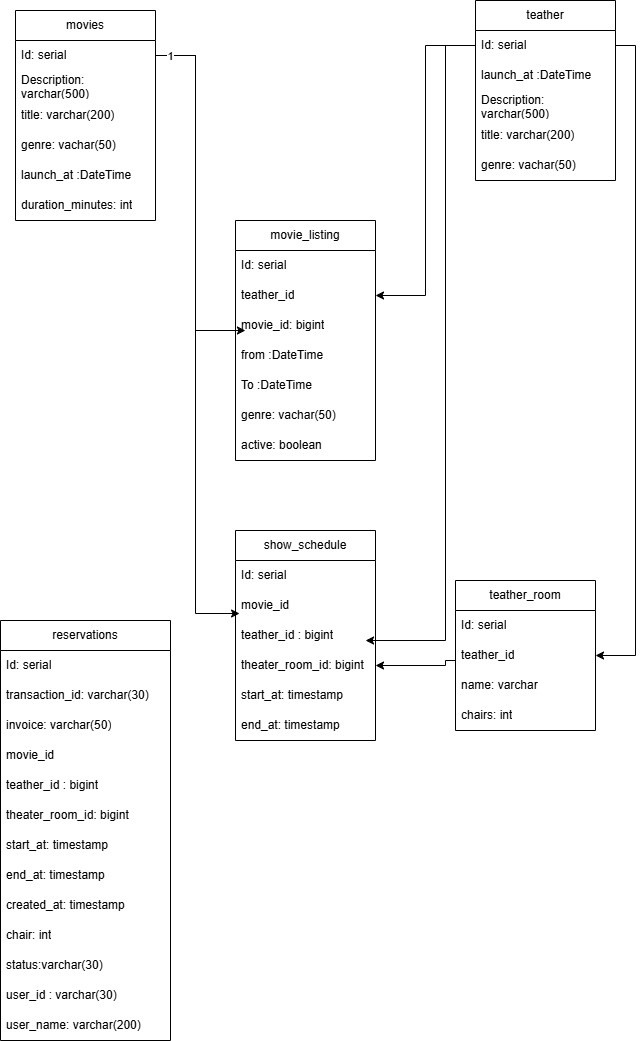
nestorrojas07/cinema keeps this draw.io diagram as assets/cinema-system-uml.png. Above is the earlier version. Source tidied: cells renumbered, new cells last; positions are measured from the earlier drawing's top-left corner, leaving out a move shared by most shapes.
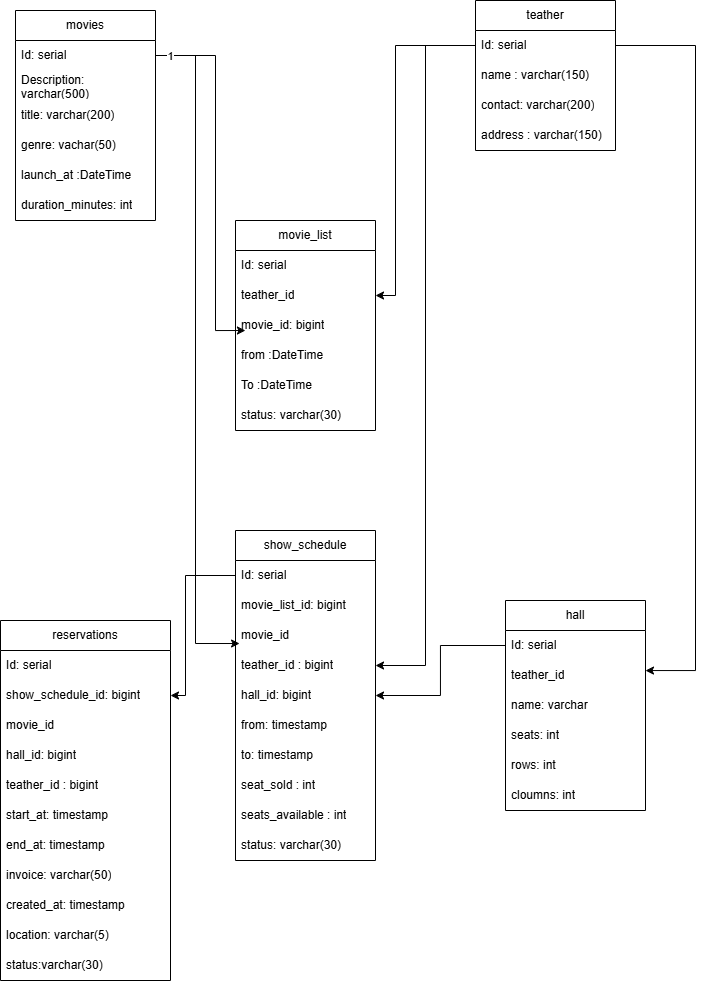
Later version of the same file.

What changed in the source:
```diff
@@ -24,25 +24,22 @@
       <mxGeometry y="180" width="140" height="30" as="geometry" />
     </mxCell>
     <mxCell id="9" value="teather" style="swimlane;fontStyle=0;horizontal=1;startSize=30;whiteSpace=wrap;html=1;" parent="1" vertex="1">
-      <mxGeometry x="475" width="140" height="180" as="geometry" />
+      <mxGeometry x="475" width="140" height="150" as="geometry" />
     </mxCell>
     <mxCell id="10" value="Id: serial" style="text;strokeColor=none;fillColor=none;align=left;verticalAlign=middle;spacingLeft=4;spacingRight=4;overflow=hidden;points=[[0,0.5],[1,0.5]];portConstraint=eastwest;whiteSpace=wrap;html=1;" parent="9" vertex="1">
       <mxGeometry y="30" width="140" height="30" as="geometry" />
     </mxCell>
-    <mxCell id="11" value="launch_at :DateTime" style="text;strokeColor=none;fillColor=none;align=left;verticalAlign=middle;spacingLeft=4;spacingRight=4;overflow=hidden;whiteSpace=wrap;html=1;" parent="9" vertex="1">
+    <mxCell id="11" value="name : varchar(150)" style="text;strokeColor=none;fillColor=none;align=left;verticalAlign=middle;spacingLeft=4;spacingRight=4;overflow=hidden;whiteSpace=wrap;html=1;" parent="9" vertex="1">
       <mxGeometry y="60" width="140" height="30" as="geometry" />
     </mxCell>
-    <mxCell id="12" value="Description: varchar(500)" style="text;strokeColor=none;fillColor=none;align=left;verticalAlign=middle;spacingLeft=4;spacingRight=4;overflow=hidden;whiteSpace=wrap;html=1;" parent="9" vertex="1">
+    <mxCell id="12" value="contact: varchar(200)" style="text;strokeColor=none;fillColor=none;align=left;verticalAlign=middle;spacingLeft=4;spacingRight=4;overflow=hidden;whiteSpace=wrap;html=1;" parent="9" vertex="1">
       <mxGeometry y="90" width="140" height="30" as="geometry" />
     </mxCell>
-    <mxCell id="13" value="title: varchar(200)" style="text;strokeColor=none;fillColor=none;align=left;verticalAlign=middle;spacingLeft=4;spacingRight=4;overflow=hidden;whiteSpace=wrap;html=1;" parent="9" vertex="1">
-      <mxGeometry y="120" width="140" height="30" as="geometry" />
-    </mxCell>
-    <mxCell id="14" value="genre: vachar(50)" style="text;strokeColor=none;fillColor=none;align=left;verticalAlign=middle;spacingLeft=4;spacingRight=4;overflow=hidden;whiteSpace=wrap;html=1;" parent="9" vertex="1">
-      <mxGeometry y="150" width="140" height="30" as="geometry" />
-    </mxCell>
+    <mxCell id="56" value="address : varchar(150)" style="text;strokeColor=none;fillColor=none;align=left;verticalAlign=middle;spacingLeft=4;spacingRight=4;overflow=hidden;whiteSpace=wrap;html=1;" parent="9" vertex="1">
+      <mxGeometry y="120" width="140" height="30" as="geometry" />
+    </mxCell>
-    <mxCell id="15" value="movie_listing" style="swimlane;fontStyle=0;horizontal=1;startSize=30;whiteSpace=wrap;html=1;" parent="1" vertex="1">
-      <mxGeometry x="235" y="220" width="140" height="240" as="geometry" />
+    <mxCell id="15" value="movie_list" style="swimlane;fontStyle=0;horizontal=1;startSize=30;whiteSpace=wrap;html=1;" parent="1" vertex="1">
+      <mxGeometry x="235" y="220" width="140" height="210" as="geometry" />
     </mxCell>
     <mxCell id="16" value="Id: serial" style="text;strokeColor=none;fillColor=none;align=left;verticalAlign=middle;spacingLeft=4;spacingRight=4;overflow=hidden;whiteSpace=wrap;html=1;" parent="15" vertex="1">
       <mxGeometry y="30" width="140" height="30" as="geometry" />
@@ -59,20 +56,27 @@
     <mxCell id="20" value="To :DateTime" style="text;strokeColor=none;fillColor=none;align=left;verticalAlign=middle;spacingLeft=4;spacingRight=4;overflow=hidden;whiteSpace=wrap;html=1;" parent="15" vertex="1">
       <mxGeometry y="150" width="140" height="30" as="geometry" />
     </mxCell>
-    <mxCell id="21" value="genre: vachar(50)" style="text;strokeColor=none;fillColor=none;align=left;verticalAlign=middle;spacingLeft=4;spacingRight=4;overflow=hidden;whiteSpace=wrap;html=1;" parent="15" vertex="1">
-      <mxGeometry y="180" width="140" height="30" as="geometry" />
-    </mxCell>
-    <mxCell id="22" value="active: boolean" style="text;strokeColor=none;fillColor=none;align=left;verticalAlign=middle;spacingLeft=4;spacingRight=4;overflow=hidden;whiteSpace=wrap;html=1;" parent="15" vertex="1">
-      <mxGeometry y="210" width="140" height="30" as="geometry" />
+    <mxCell id="22" value="status: varchar(30)" style="text;strokeColor=none;fillColor=none;align=left;verticalAlign=middle;spacingLeft=4;spacingRight=4;overflow=hidden;whiteSpace=wrap;html=1;" parent="15" vertex="1">
+      <mxGeometry y="180" width="140" height="30" as="geometry" />
     </mxCell>
     <mxCell id="23" style="edgeStyle=orthogonalEdgeStyle;rounded=0;jettySize=auto;html=1;" parent="1" edge="1" source="10" target="17">
-      <mxGeometry relative="1" as="geometry" />
+      <mxGeometry relative="1" as="geometry">
+        <Array as="points">
+          <mxPoint x="395" y="45" />
+          <mxPoint x="395" y="295" />
+        </Array>
+      </mxGeometry>
     </mxCell>
     <mxCell id="24" style="edgeStyle=orthogonalEdgeStyle;rounded=0;jettySize=auto;html=1;entryX=0.071;entryY=0.667;entryDx=0;entryDy=0;entryPerimeter=0;" parent="1" edge="1" source="3" target="18">
-      <mxGeometry relative="1" as="geometry" />
+      <mxGeometry relative="1" as="geometry">
+        <Array as="points">
+          <mxPoint x="215" y="55" />
+          <mxPoint x="215" y="330" />
+        </Array>
+      </mxGeometry>
     </mxCell>
-    <mxCell id="25" value="teather_room" style="swimlane;fontStyle=0;horizontal=1;startSize=30;whiteSpace=wrap;html=1;" parent="1" vertex="1">
-      <mxGeometry x="455" y="580" width="140" height="150" as="geometry" />
+    <mxCell id="25" value="hall" style="swimlane;fontStyle=0;horizontal=1;startSize=30;whiteSpace=wrap;html=1;" parent="1" vertex="1">
+      <mxGeometry x="505" y="600" width="140" height="210" as="geometry" />
     </mxCell>
     <mxCell id="26" value="Id: serial" style="text;strokeColor=none;fillColor=none;align=left;verticalAlign=middle;spacingLeft=4;spacingRight=4;overflow=hidden;points=[[0,0.5],[1,0.5]];portConstraint=eastwest;whiteSpace=wrap;html=1;" parent="25" vertex="1">
       <mxGeometry y="30" width="140" height="30" as="geometry" />
@@ -83,101 +87,111 @@
     <mxCell id="28" value="name: varchar" style="text;strokeColor=none;fillColor=none;align=left;verticalAlign=middle;spacingLeft=4;spacingRight=4;overflow=hidden;whiteSpace=wrap;html=1;" parent="25" vertex="1">
       <mxGeometry y="90" width="140" height="30" as="geometry" />
     </mxCell>
-    <mxCell id="29" value="chairs: int" style="text;strokeColor=none;fillColor=none;align=left;verticalAlign=middle;spacingLeft=4;spacingRight=4;overflow=hidden;whiteSpace=wrap;html=1;" parent="25" vertex="1">
+    <mxCell id="29" value="seats: int" style="text;strokeColor=none;fillColor=none;align=left;verticalAlign=middle;spacingLeft=4;spacingRight=4;overflow=hidden;whiteSpace=wrap;html=1;" parent="25" vertex="1">
       <mxGeometry y="120" width="140" height="30" as="geometry" />
     </mxCell>
+    <mxCell id="57" value="rows: int" style="text;strokeColor=none;fillColor=none;align=left;verticalAlign=middle;spacingLeft=4;spacingRight=4;overflow=hidden;whiteSpace=wrap;html=1;" parent="25" vertex="1">
+      <mxGeometry y="150" width="140" height="30" as="geometry" />
+    </mxCell>
+    <mxCell id="58" value="cloumns: int" style="text;strokeColor=none;fillColor=none;align=left;verticalAlign=middle;spacingLeft=4;spacingRight=4;overflow=hidden;whiteSpace=wrap;html=1;" parent="25" vertex="1">
+      <mxGeometry y="180" width="140" height="30" as="geometry" />
+    </mxCell>
     <mxCell id="30" value="show_schedule" style="swimlane;fontStyle=0;horizontal=1;startSize=30;whiteSpace=wrap;html=1;" parent="1" vertex="1">
-      <mxGeometry x="235" y="530" width="140" height="210" as="geometry" />
+      <mxGeometry x="235" y="530" width="140" height="330" as="geometry" />
     </mxCell>
     <mxCell id="31" value="Id: serial" style="text;strokeColor=none;fillColor=none;align=left;verticalAlign=middle;spacingLeft=4;spacingRight=4;overflow=hidden;points=[[0,0.5],[1,0.5]];portConstraint=eastwest;whiteSpace=wrap;html=1;" parent="30" vertex="1">
       <mxGeometry y="30" width="140" height="30" as="geometry" />
     </mxCell>
+    <mxCell id="59" value="movie_list_id: bigint" style="text;strokeColor=none;fillColor=none;align=left;verticalAlign=middle;spacingLeft=4;spacingRight=4;overflow=hidden;whiteSpace=wrap;html=1;" parent="30" vertex="1">
+      <mxGeometry y="60" width="140" height="30" as="geometry" />
+    </mxCell>
     <mxCell id="32" value="movie_id" style="text;strokeColor=none;fillColor=none;align=left;verticalAlign=middle;spacingLeft=4;spacingRight=4;overflow=hidden;points=[[0,0.5],[1,0.5]];portConstraint=eastwest;whiteSpace=wrap;html=1;" parent="30" vertex="1">
-      <mxGeometry y="60" width="140" height="30" as="geometry" />
+      <mxGeometry y="90" width="140" height="30" as="geometry" />
     </mxCell>
     <mxCell id="33" value="teather_id : bigint" style="text;strokeColor=none;fillColor=none;align=left;verticalAlign=middle;spacingLeft=4;spacingRight=4;overflow=hidden;points=[[0,0.5],[1,0.5]];portConstraint=eastwest;whiteSpace=wrap;html=1;" parent="30" vertex="1">
-      <mxGeometry y="90" width="140" height="30" as="geometry" />
+      <mxGeometry y="120" width="140" height="30" as="geometry" />
     </mxCell>
-    <mxCell id="34" value="theater_room_id: bigint" style="text;strokeColor=none;fillColor=none;align=left;verticalAlign=middle;spacingLeft=4;spacingRight=4;overflow=hidden;points=[[0,0.5],[1,0.5]];portConstraint=eastwest;whiteSpace=wrap;html=1;" parent="30" vertex="1">
-      <mxGeometry y="120" width="140" height="30" as="geometry" />
+    <mxCell id="34" value="hall_id: bigint" style="text;strokeColor=none;fillColor=none;align=left;verticalAlign=middle;spacingLeft=4;spacingRight=4;overflow=hidden;points=[[0,0.5],[1,0.5]];portConstraint=eastwest;whiteSpace=wrap;html=1;" parent="30" vertex="1">
+      <mxGeometry y="150" width="140" height="30" as="geometry" />
     </mxCell>
-    <mxCell id="35" value="start_at: timestamp" style="text;strokeColor=none;fillColor=none;align=left;verticalAlign=middle;spacingLeft=4;spacingRight=4;overflow=hidden;whiteSpace=wrap;html=1;" parent="30" vertex="1">
-      <mxGeometry y="150" width="140" height="30" as="geometry" />
+    <mxCell id="35" value="from: timestamp" style="text;strokeColor=none;fillColor=none;align=left;verticalAlign=middle;spacingLeft=4;spacingRight=4;overflow=hidden;whiteSpace=wrap;html=1;" parent="30" vertex="1">
+      <mxGeometry y="180" width="140" height="30" as="geometry" />
     </mxCell>
-    <mxCell id="36" value="end_at: timestamp" style="text;strokeColor=none;fillColor=none;align=left;verticalAlign=middle;spacingLeft=4;spacingRight=4;overflow=hidden;whiteSpace=wrap;html=1;" parent="30" vertex="1">
-      <mxGeometry y="180" width="140" height="30" as="geometry" />
+    <mxCell id="36" value="to: timestamp" style="text;strokeColor=none;fillColor=none;align=left;verticalAlign=middle;spacingLeft=4;spacingRight=4;overflow=hidden;whiteSpace=wrap;html=1;" parent="30" vertex="1">
+      <mxGeometry y="210" width="140" height="30" as="geometry" />
     </mxCell>
+    <mxCell id="60" value="seat_sold : int" style="text;strokeColor=none;fillColor=none;align=left;verticalAlign=middle;spacingLeft=4;spacingRight=4;overflow=hidden;whiteSpace=wrap;html=1;" parent="30" vertex="1">
+      <mxGeometry y="240" width="140" height="30" as="geometry" />
+    </mxCell>
+    <mxCell id="61" value="seats_available : int" style="text;strokeColor=none;fillColor=none;align=left;verticalAlign=middle;spacingLeft=4;spacingRight=4;overflow=hidden;whiteSpace=wrap;html=1;" parent="30" vertex="1">
+      <mxGeometry y="270" width="140" height="30" as="geometry" />
+    </mxCell>
+    <mxCell id="62" value="status: varchar(30)" style="text;strokeColor=none;fillColor=none;align=left;verticalAlign=middle;spacingLeft=4;spacingRight=4;overflow=hidden;whiteSpace=wrap;html=1;" parent="30" vertex="1">
+      <mxGeometry y="300" width="140" height="30" as="geometry" />
+    </mxCell>
     <mxCell id="37" style="edgeStyle=orthogonalEdgeStyle;rounded=0;jettySize=auto;html=1;entryX=0.029;entryY=0.767;entryDx=0;entryDy=0;entryPerimeter=0;" parent="1" edge="1" source="3" target="32">
       <mxGeometry relative="1" as="geometry" />
     </mxCell>
     <mxCell id="38" value="1" style="edgeLabel;html=1;align=center;verticalAlign=middle;" parent="37" vertex="1">
       <mxGeometry x="-0.96" relative="1" as="geometry" />
     </mxCell>
-    <mxCell id="39" style="edgeStyle=orthogonalEdgeStyle;rounded=0;jettySize=auto;html=1;entryX=0.929;entryY=0.667;entryDx=0;entryDy=0;entryPerimeter=0;" parent="1" edge="1" source="10" target="33">
-      <mxGeometry relative="1" as="geometry">
-        <Array as="points">
-          <mxPoint x="445" y="45" />
-          <mxPoint x="445" y="640" />
-        </Array>
-      </mxGeometry>
-    </mxCell>
-    <mxCell id="40" style="edgeStyle=orthogonalEdgeStyle;rounded=0;jettySize=auto;html=1;" parent="1" edge="1" source="27" target="34">
-      <mxGeometry relative="1" as="geometry">
-        <Array as="points">
-          <mxPoint x="445" y="660" />
-          <mxPoint x="445" y="665" />
-        </Array>
-      </mxGeometry>
-    </mxCell>
     <mxCell id="41" value="reservations" style="swimlane;fontStyle=0;horizontal=1;startSize=30;whiteSpace=wrap;html=1;" parent="1" vertex="1">
-      <mxGeometry y="620" width="170" height="420" as="geometry" />
+      <mxGeometry y="620" width="170" height="360" as="geometry" />
     </mxCell>
     <mxCell id="42" value="Id: serial" style="text;strokeColor=none;fillColor=none;align=left;verticalAlign=middle;spacingLeft=4;spacingRight=4;overflow=hidden;whiteSpace=wrap;html=1;" parent="41" vertex="1">
       <mxGeometry y="30" width="170" height="30" as="geometry" />
     </mxCell>
-    <mxCell id="43" value="transaction_id: varchar(30)" style="text;strokeColor=none;fillColor=none;align=left;verticalAlign=middle;spacingLeft=4;spacingRight=4;overflow=hidden;whiteSpace=wrap;html=1;" parent="41" vertex="1">
-      <mxGeometry y="60" width="170" height="30" as="geometry" />
-    </mxCell>
-    <mxCell id="44" value="invoice: varchar(50)" style="text;strokeColor=none;fillColor=none;align=left;verticalAlign=middle;spacingLeft=4;spacingRight=4;overflow=hidden;whiteSpace=wrap;html=1;" parent="41" vertex="1">
-      <mxGeometry y="90" width="170" height="30" as="geometry" />
-    </mxCell>
+    <mxCell id="63" value="show_schedule_id: bigint" style="text;strokeColor=none;fillColor=none;align=left;verticalAlign=middle;spacingLeft=4;spacingRight=4;overflow=hidden;points=[[0,0.5],[1,0.5]];portConstraint=eastwest;whiteSpace=wrap;html=1;" parent="41" vertex="1">
+      <mxGeometry y="60" width="170" height="30" as="geometry" />
+    </mxCell>
     <mxCell id="45" value="movie_id" style="text;strokeColor=none;fillColor=none;align=left;verticalAlign=middle;spacingLeft=4;spacingRight=4;overflow=hidden;whiteSpace=wrap;html=1;" parent="41" vertex="1">
-      <mxGeometry y="120" width="170" height="30" as="geometry" />
+      <mxGeometry y="90" width="170" height="30" as="geometry" />
     </mxCell>
+    <mxCell id="47" value="hall_id: bigint" style="text;strokeColor=none;fillColor=none;align=left;verticalAlign=middle;spacingLeft=4;spacingRight=4;overflow=hidden;whiteSpace=wrap;html=1;" parent="41" vertex="1">
+      <mxGeometry y="120" width="170" height="30" as="geometry" />
+    </mxCell>
     <mxCell id="46" value="teather_id : bigint" style="text;strokeColor=none;fillColor=none;align=left;verticalAlign=middle;spacingLeft=4;spacingRight=4;overflow=hidden;whiteSpace=wrap;html=1;" parent="41" vertex="1">
       <mxGeometry y="150" width="170" height="30" as="geometry" />
     </mxCell>
-    <mxCell id="47" value="theater_room_id: bigint" style="text;strokeColor=none;fillColor=none;align=left;verticalAlign=middle;spacingLeft=4;spacingRight=4;overflow=hidden;whiteSpace=wrap;html=1;" parent="41" vertex="1">
-      <mxGeometry y="180" width="170" height="30" as="geometry" />
-    </mxCell>
     <mxCell id="48" value="start_at: timestamp" style="text;strokeColor=none;fillColor=none;align=left;verticalAlign=middle;spacingLeft=4;spacingRight=4;overflow=hidden;whiteSpace=wrap;html=1;" parent="41" vertex="1">
-      <mxGeometry y="210" width="170" height="30" as="geometry" />
+      <mxGeometry y="180" width="170" height="30" as="geometry" />
     </mxCell>
     <mxCell id="49" value="end_at: timestamp" style="text;strokeColor=none;fillColor=none;align=left;verticalAlign=middle;spacingLeft=4;spacingRight=4;overflow=hidden;whiteSpace=wrap;html=1;" parent="41" vertex="1">
-      <mxGeometry y="240" width="170" height="30" as="geometry" />
+      <mxGeometry y="210" width="170" height="30" as="geometry" />
     </mxCell>
+    <mxCell id="44" value="invoice: varchar(50)" style="text;strokeColor=none;fillColor=none;align=left;verticalAlign=middle;spacingLeft=4;spacingRight=4;overflow=hidden;whiteSpace=wrap;html=1;" parent="41" vertex="1">
+      <mxGeometry y="240" width="170" height="30" as="geometry" />
+    </mxCell>
     <mxCell id="50" value="created_at: timestamp" style="text;strokeColor=none;fillColor=none;align=left;verticalAlign=middle;spacingLeft=4;spacingRight=4;overflow=hidden;whiteSpace=wrap;html=1;" parent="41" vertex="1">
       <mxGeometry y="270" width="170" height="30" as="geometry" />
     </mxCell>
-    <mxCell id="51" value="chair: int" style="text;strokeColor=none;fillColor=none;align=left;verticalAlign=middle;spacingLeft=4;spacingRight=4;overflow=hidden;whiteSpace=wrap;html=1;" parent="41" vertex="1">
+    <mxCell id="51" value="location: varchar(5)" style="text;strokeColor=none;fillColor=none;align=left;verticalAlign=middle;spacingLeft=4;spacingRight=4;overflow=hidden;whiteSpace=wrap;html=1;" parent="41" vertex="1">
       <mxGeometry y="300" width="170" height="30" as="geometry" />
     </mxCell>
     <mxCell id="52" value="status:varchar(30)" style="text;strokeColor=none;fillColor=none;align=left;verticalAlign=middle;spacingLeft=4;spacingRight=4;overflow=hidden;whiteSpace=wrap;html=1;" parent="41" vertex="1">
       <mxGeometry y="330" width="170" height="30" as="geometry" />
     </mxCell>
-    <mxCell id="53" value="user_id : varchar(30)" style="text;strokeColor=none;fillColor=none;align=left;verticalAlign=middle;spacingLeft=4;spacingRight=4;overflow=hidden;whiteSpace=wrap;html=1;" parent="41" vertex="1">
-      <mxGeometry y="360" width="170" height="30" as="geometry" />
-    </mxCell>
-    <mxCell id="54" value="user_name: varchar(200)" style="text;strokeColor=none;fillColor=none;align=left;verticalAlign=middle;spacingLeft=4;spacingRight=4;overflow=hidden;whiteSpace=wrap;html=1;" parent="41" vertex="1">
-      <mxGeometry y="390" width="170" height="30" as="geometry" />
-    </mxCell>
     <mxCell id="55" style="edgeStyle=orthogonalEdgeStyle;rounded=0;jettySize=auto;html=1;" parent="1" edge="1" source="10" target="27">
       <mxGeometry relative="1" as="geometry">
         <Array as="points">
-          <mxPoint x="635" y="45" />
-          <mxPoint x="635" y="655" />
+          <mxPoint x="695" y="45" />
+          <mxPoint x="695" y="670" />
         </Array>
       </mxGeometry>
     </mxCell>
+    <mxCell id="64" style="edgeStyle=orthogonalEdgeStyle;rounded=0;jettySize=auto;html=1;entryX=1;entryY=0.5;entryDx=0;entryDy=0;" parent="1" edge="1" source="26" target="34">
+      <mxGeometry relative="1" as="geometry" />
+    </mxCell>
+    <mxCell id="39" style="edgeStyle=orthogonalEdgeStyle;rounded=0;jettySize=auto;html=1;entryX=1;entryY=0.5;entryDx=0;entryDy=0;" parent="1" edge="1" source="10" target="33">
+      <mxGeometry relative="1" as="geometry" />
+    </mxCell>
+    <mxCell id="65" style="edgeStyle=orthogonalEdgeStyle;rounded=0;jettySize=auto;html=1;entryX=1;entryY=0.5;entryDx=0;entryDy=0;" parent="1" edge="1" source="31" target="63">
+      <mxGeometry relative="1" as="geometry">
+        <Array as="points">
+          <mxPoint x="185" y="575" />
+          <mxPoint x="185" y="695" />
+        </Array>
+      </mxGeometry>
+    </mxCell>
   </root>
 </mxGraphModel>
```
